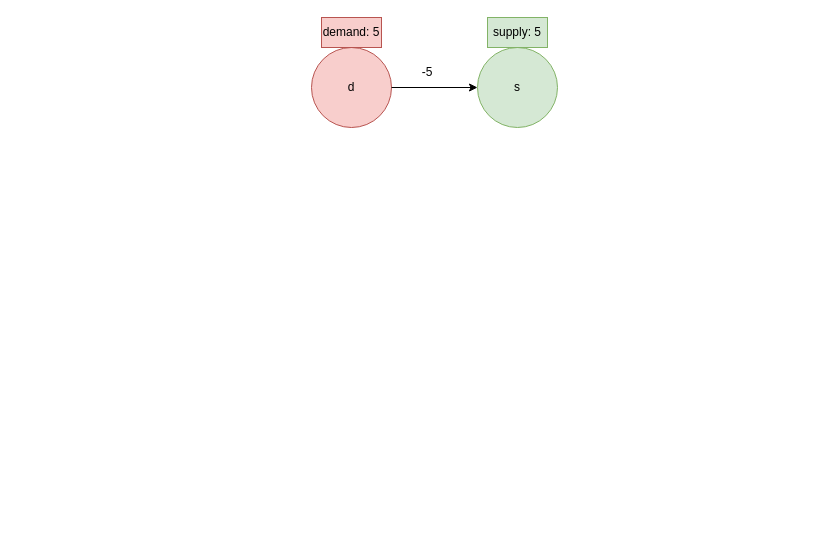
The draw.io diagram Logic.drawio in Vamsclave/f310, before the edit. Source tidied: cells renumbered, new cells numbered last; positions are measured from the earlier drawing's top-left corner, leaving out a move shared by most shapes. Both pictures are drawn from the tidied source at 100%, with x=0, y=0 at pixel (311, 17).
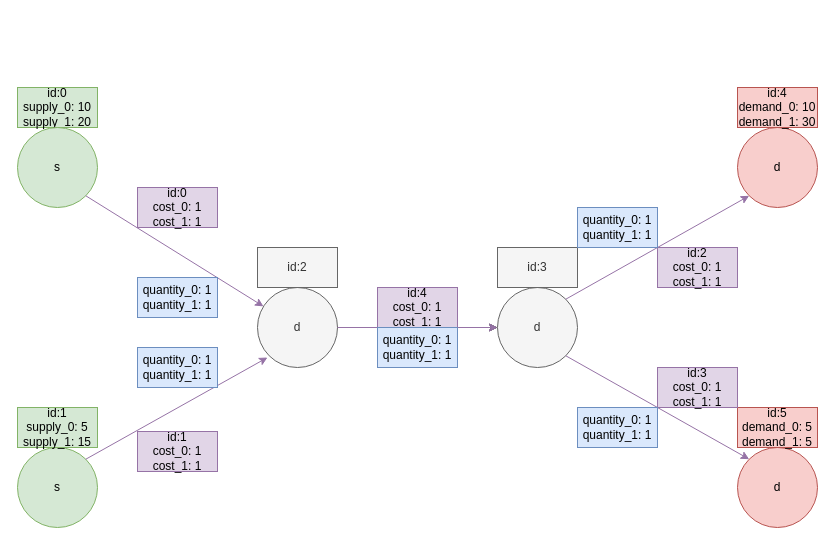
After the change.

What changed in the source:
```diff
@@
     <mxCell id="2" value="s" style="ellipse;whiteSpace=wrap;html=1;fillColor=#d5e8d4;strokeColor=#82b366;" parent="1" vertex="1">
-      <mxGeometry x="166" y="30" width="80" height="80" as="geometry" />
+      <mxGeometry x="-294" y="430" width="80" height="80" as="geometry" />
     </mxCell>
-    <mxCell id="3" value="d" style="ellipse;whiteSpace=wrap;html=1;fillColor=#f8cecc;strokeColor=#b85450;" parent="1" vertex="1">
-      <mxGeometry y="30" width="80" height="80" as="geometry" />
-    </mxCell>
-    <mxCell id="4" style="edgeStyle=orthogonalEdgeStyle;rounded=0;jettySize=auto;html=1;exitX=1;exitY=0.5;exitDx=0;exitDy=0;entryX=0;entryY=0.5;entryDx=0;entryDy=0;" parent="1" edge="1" source="3" target="2">
-      <mxGeometry relative="1" as="geometry" />
-    </mxCell>
-    <mxCell id="5" value="demand: 5" style="text;html=1;align=center;verticalAlign=middle;whiteSpace=wrap;rounded=0;fillColor=#f8cecc;strokeColor=#b85450;" parent="1" vertex="1">
-      <mxGeometry x="10" width="60" height="30" as="geometry" />
-    </mxCell>
-    <mxCell id="6" value="supply: 5" style="text;html=1;align=center;verticalAlign=middle;whiteSpace=wrap;rounded=0;fillColor=#d5e8d4;strokeColor=#82b366;" parent="1" vertex="1">
-      <mxGeometry x="176" width="60" height="30" as="geometry" />
+    <mxCell id="6" value="id:0&lt;div&gt;supply_0: 10&lt;/div&gt;&lt;div&gt;supply_1: 20&lt;/div&gt;" style="text;html=1;align=center;verticalAlign=middle;whiteSpace=wrap;rounded=0;fillColor=#d5e8d4;strokeColor=#82b366;" parent="1" vertex="1">
+      <mxGeometry x="-294" y="70" width="80" height="40" as="geometry" />
     </mxCell>
-    <mxCell id="7" value="-5" style="text;html=1;align=center;verticalAlign=middle;whiteSpace=wrap;rounded=0;" parent="1" vertex="1">
-      <mxGeometry x="86" y="40" width="60" height="30" as="geometry" />
-    </mxCell>
+    <mxCell id="8" value="s" style="ellipse;whiteSpace=wrap;html=1;fillColor=#d5e8d4;strokeColor=#82b366;" parent="1" vertex="1">
+      <mxGeometry x="-294" y="110" width="80" height="80" as="geometry" />
+    </mxCell>
+    <mxCell id="9" value="id:1&lt;div&gt;supply_0: 5&lt;/div&gt;&lt;div&gt;supply_1: 15&lt;/div&gt;" style="text;html=1;align=center;verticalAlign=middle;whiteSpace=wrap;rounded=0;fillColor=#d5e8d4;strokeColor=#82b366;" parent="1" vertex="1">
+      <mxGeometry x="-294" y="390" width="80" height="40" as="geometry" />
+    </mxCell>
+    <mxCell id="10" value="d" style="ellipse;whiteSpace=wrap;html=1;fillColor=#f8cecc;strokeColor=#b85450;" parent="1" vertex="1">
+      <mxGeometry x="426" y="430" width="80" height="80" as="geometry" />
+    </mxCell>
+    <mxCell id="11" value="d" style="ellipse;whiteSpace=wrap;html=1;fillColor=#f8cecc;strokeColor=#b85450;" parent="1" vertex="1">
+      <mxGeometry x="426" y="110" width="80" height="80" as="geometry" />
+    </mxCell>
+    <mxCell id="12" style="edgeStyle=orthogonalEdgeStyle;rounded=0;jettySize=auto;html=1;" parent="1" edge="1" source="13" target="14">
+      <mxGeometry relative="1" as="geometry" />
+    </mxCell>
+    <mxCell id="13" value="d" style="ellipse;whiteSpace=wrap;html=1;fillColor=#f5f5f5;strokeColor=#666666;fontColor=#333333;" parent="1" vertex="1">
+      <mxGeometry x="-54" y="270" width="80" height="80" as="geometry" />
+    </mxCell>
+    <mxCell id="14" value="d" style="ellipse;whiteSpace=wrap;html=1;fillColor=#f5f5f5;strokeColor=#666666;fontColor=#333333;" parent="1" vertex="1">
+      <mxGeometry x="186" y="270" width="80" height="80" as="geometry" />
+    </mxCell>
+    <mxCell id="15" style="endArrow=classic;html=1;rounded=0;exitX=1;exitY=0;exitDx=0;exitDy=0;fillColor=#e1d5e7;strokeColor=#9673a6;" parent="1" edge="1" source="2">
+      <mxGeometry relative="1" as="geometry">
+        <mxPoint x="-44" y="340" as="targetPoint" />
+      </mxGeometry>
+    </mxCell>
+    <mxCell id="16" style="endArrow=classic;html=1;rounded=0;exitX=1;exitY=1;exitDx=0;exitDy=0;fillColor=#e1d5e7;strokeColor=#9673a6;" parent="1" edge="1" source="8" target="13">
+      <mxGeometry relative="1" as="geometry" />
+    </mxCell>
+    <mxCell id="17" style="endArrow=classic;html=1;rounded=0;exitX=1;exitY=0.5;exitDx=0;exitDy=0;entryX=0;entryY=0.5;entryDx=0;entryDy=0;fillColor=#e1d5e7;strokeColor=#9673a6;" parent="1" edge="1" target="14">
+      <mxGeometry relative="1" as="geometry">
+        <mxPoint x="26" y="310" as="sourcePoint" />
+      </mxGeometry>
+    </mxCell>
+    <mxCell id="18" style="endArrow=classic;html=1;rounded=0;exitX=1;exitY=0;exitDx=0;exitDy=0;entryX=0;entryY=1;entryDx=0;entryDy=0;fillColor=#e1d5e7;strokeColor=#9673a6;" parent="1" edge="1" source="14" target="11">
+      <mxGeometry relative="1" as="geometry" />
+    </mxCell>
+    <mxCell id="19" style="endArrow=classic;html=1;rounded=0;exitX=1;exitY=1;exitDx=0;exitDy=0;fillColor=#e1d5e7;strokeColor=#9673a6;entryX=0;entryY=0;entryDx=0;entryDy=0;" parent="1" edge="1" source="14" target="10">
+      <mxGeometry relative="1" as="geometry" />
+    </mxCell>
+    <mxCell id="20" value="id:4&lt;div&gt;demand_0: 10&lt;/div&gt;&lt;div&gt;&lt;span style=&quot;background-color: initial;&quot;&gt;demand&lt;/span&gt;_1: 30&lt;/div&gt;" style="text;html=1;align=center;verticalAlign=middle;whiteSpace=wrap;rounded=0;fillColor=#f8cecc;strokeColor=#b85450;" parent="1" vertex="1">
+      <mxGeometry x="426" y="70" width="80" height="40" as="geometry" />
+    </mxCell>
+    <mxCell id="21" value="id:5&lt;div&gt;demand_0: 5&lt;/div&gt;&lt;div&gt;&lt;span style=&quot;background-color: initial;&quot;&gt;demand&lt;/span&gt;_1: 5&lt;/div&gt;" style="text;html=1;align=center;verticalAlign=middle;whiteSpace=wrap;rounded=0;fillColor=#f8cecc;strokeColor=#b85450;" parent="1" vertex="1">
+      <mxGeometry x="426" y="390" width="80" height="40" as="geometry" />
+    </mxCell>
+    <mxCell id="22" value="id:2" style="text;html=1;align=center;verticalAlign=middle;whiteSpace=wrap;rounded=0;fillColor=#f5f5f5;strokeColor=#666666;fontColor=#333333;" parent="1" vertex="1">
+      <mxGeometry x="-54" y="230" width="80" height="40" as="geometry" />
+    </mxCell>
+    <mxCell id="23" value="id:3" style="text;html=1;align=center;verticalAlign=middle;whiteSpace=wrap;rounded=0;fillColor=#f5f5f5;strokeColor=#666666;fontColor=#333333;" parent="1" vertex="1">
+      <mxGeometry x="186" y="230" width="80" height="40" as="geometry" />
+    </mxCell>
+    <mxCell id="24" value="id:0&lt;div&gt;cost_0: 1&lt;/div&gt;&lt;div&gt;cost_1: 1&lt;/div&gt;" style="text;html=1;align=center;verticalAlign=middle;whiteSpace=wrap;rounded=0;fillColor=#e1d5e7;strokeColor=#9673a6;" parent="1" vertex="1">
+      <mxGeometry x="-174" y="170" width="80" height="40" as="geometry" />
+    </mxCell>
+    <mxCell id="25" value="id:1&lt;div&gt;cost_0: 1&lt;/div&gt;&lt;div&gt;cost_1: 1&lt;/div&gt;" style="text;html=1;align=center;verticalAlign=middle;whiteSpace=wrap;rounded=0;fillColor=#e1d5e7;strokeColor=#9673a6;" parent="1" vertex="1">
+      <mxGeometry x="-174" y="414" width="80" height="40" as="geometry" />
+    </mxCell>
+    <mxCell id="26" style="edgeStyle=orthogonalEdgeStyle;rounded=0;orthogonalLoop=1;jettySize=auto;html=1;exitX=0.5;exitY=1;exitDx=0;exitDy=0;" parent="1" edge="1" source="25" target="25">
+      <mxGeometry relative="1" as="geometry" />
+    </mxCell>
+    <mxCell id="27" value="id:2&lt;div&gt;cost_0: 1&lt;/div&gt;&lt;div&gt;cost_1: 1&lt;/div&gt;" style="text;html=1;align=center;verticalAlign=middle;whiteSpace=wrap;rounded=0;fillColor=#e1d5e7;strokeColor=#9673a6;" parent="1" vertex="1">
+      <mxGeometry x="346" y="230" width="80" height="40" as="geometry" />
+    </mxCell>
+    <mxCell id="28" value="id:4&lt;div&gt;cost_0: 1&lt;/div&gt;&lt;div&gt;cost_1: 1&lt;/div&gt;" style="text;html=1;align=center;verticalAlign=middle;whiteSpace=wrap;rounded=0;fillColor=#e1d5e7;strokeColor=#9673a6;" parent="1" vertex="1">
+      <mxGeometry x="66" y="270" width="80" height="40" as="geometry" />
+    </mxCell>
+    <mxCell id="29" value="id:3&lt;div&gt;cost_0: 1&lt;/div&gt;&lt;div&gt;cost_1: 1&lt;/div&gt;" style="text;html=1;align=center;verticalAlign=middle;whiteSpace=wrap;rounded=0;fillColor=#e1d5e7;strokeColor=#9673a6;" parent="1" vertex="1">
+      <mxGeometry x="346" y="350" width="80" height="40" as="geometry" />
+    </mxCell>
+    <mxCell id="30" value="&lt;div&gt;quantity_0: 1&lt;/div&gt;&lt;div&gt;&lt;span style=&quot;background-color: initial;&quot;&gt;quantity&lt;/span&gt;_1: 1&lt;/div&gt;" style="text;html=1;align=center;verticalAlign=middle;whiteSpace=wrap;rounded=0;fillColor=#dae8fc;strokeColor=#6c8ebf;" parent="1" vertex="1">
+      <mxGeometry x="-174" y="260" width="80" height="40" as="geometry" />
+    </mxCell>
+    <mxCell id="31" value="&lt;div&gt;quantity_0: 1&lt;/div&gt;&lt;div&gt;&lt;span style=&quot;background-color: initial;&quot;&gt;quantity&lt;/span&gt;_1: 1&lt;/div&gt;" style="text;html=1;align=center;verticalAlign=middle;whiteSpace=wrap;rounded=0;fillColor=#dae8fc;strokeColor=#6c8ebf;" parent="1" vertex="1">
+      <mxGeometry x="-174" y="330" width="80" height="40" as="geometry" />
+    </mxCell>
+    <mxCell id="32" value="&lt;div&gt;quantity_0: 1&lt;/div&gt;&lt;div&gt;&lt;span style=&quot;background-color: initial;&quot;&gt;quantity&lt;/span&gt;_1: 1&lt;/div&gt;" style="text;html=1;align=center;verticalAlign=middle;whiteSpace=wrap;rounded=0;fillColor=#dae8fc;strokeColor=#6c8ebf;" parent="1" vertex="1">
+      <mxGeometry x="66" y="310" width="80" height="40" as="geometry" />
+    </mxCell>
+    <mxCell id="33" value="&lt;div&gt;quantity_0: 1&lt;/div&gt;&lt;div&gt;&lt;span style=&quot;background-color: initial;&quot;&gt;quantity&lt;/span&gt;_1: 1&lt;/div&gt;" style="text;html=1;align=center;verticalAlign=middle;whiteSpace=wrap;rounded=0;fillColor=#dae8fc;strokeColor=#6c8ebf;" parent="1" vertex="1">
+      <mxGeometry x="266" y="390" width="80" height="40" as="geometry" />
+    </mxCell>
+    <mxCell id="34" value="&lt;div&gt;quantity_0: 1&lt;/div&gt;&lt;div&gt;&lt;span style=&quot;background-color: initial;&quot;&gt;quantity&lt;/span&gt;_1: 1&lt;/div&gt;" style="text;html=1;align=center;verticalAlign=middle;whiteSpace=wrap;rounded=0;fillColor=#dae8fc;strokeColor=#6c8ebf;" parent="1" vertex="1">
+      <mxGeometry x="266" y="190" width="80" height="40" as="geometry" />
+    </mxCell>
```
